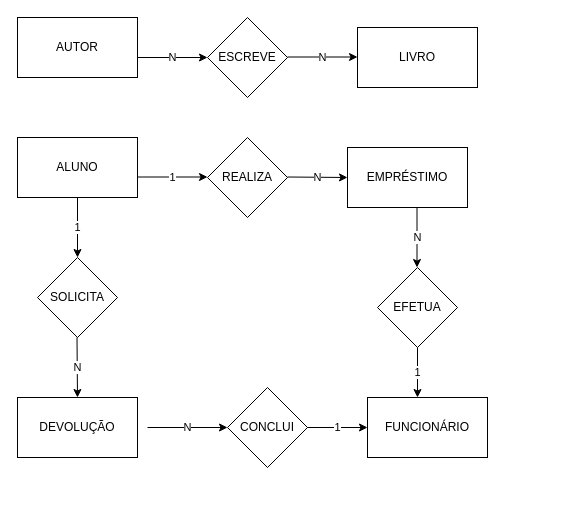
NataliPF/Banco-Dados-Senac keeps this draw.io diagram as aulas/02/biblioteca-conceitual.drawio. Above is the earlier version. Source tidied: cells renumbered, new cells numbered last; positions are measured from the earlier drawing's top-left corner, leaving out a move shared by most shapes. Both pictures are drawn from the tidied source at 100%, with x=0, y=0 at pixel (17, 17).
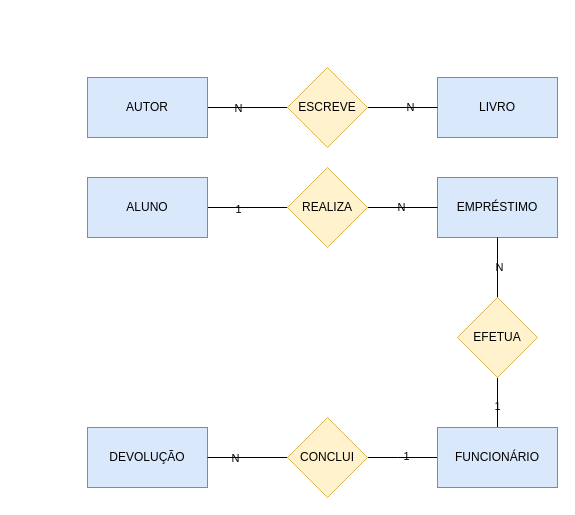
The same diagram, later.

Commit message (it also covers changes not shown here):
Conclusão da aula 02, ajustes em diagrama

What changed in the source:
```diff
@@
+    <mxCell id="23" style="edgeStyle=orthogonalEdgeStyle;rounded=0;jettySize=auto;html=1;entryX=0;entryY=0.5;entryDx=0;entryDy=0;endArrow=none;endFill=0;labelBackgroundColor=none;labelBorderColor=none;" parent="1" edge="1" source="2" target="8">
+      <mxGeometry relative="1" as="geometry" />
+    </mxCell>
+    <mxCell id="24" value="N" style="edgeLabel;html=1;align=center;verticalAlign=middle;labelBackgroundColor=none;labelBorderColor=none;" parent="23" vertex="1">
+      <mxGeometry x="-0.24" relative="1" as="geometry" />
+    </mxCell>
-    <mxCell id="2" value="AUTOR" style="rounded=0;whiteSpace=wrap;html=1;" parent="1" vertex="1">
-      <mxGeometry width="120" height="60" as="geometry" />
+    <mxCell id="2" value="AUTOR" style="rounded=0;whiteSpace=wrap;html=1;fillColor=#dae8fc;strokeColor=#6c8ebf;labelBackgroundColor=none;labelBorderColor=none;fontColor=#000000;" parent="1" vertex="1">
+      <mxGeometry x="70" y="60" width="120" height="60" as="geometry" />
     </mxCell>
-    <mxCell id="3" value="LIVRO" style="rounded=0;whiteSpace=wrap;html=1;" parent="1" vertex="1">
-      <mxGeometry x="340" y="10" width="120" height="60" as="geometry" />
+    <mxCell id="3" value="LIVRO" style="rounded=0;whiteSpace=wrap;html=1;fillColor=#dae8fc;strokeColor=#6c8ebf;labelBackgroundColor=none;labelBorderColor=none;fontColor=#000000;" parent="1" vertex="1">
+      <mxGeometry x="420" y="60" width="120" height="60" as="geometry" />
     </mxCell>
+    <mxCell id="25" style="edgeStyle=orthogonalEdgeStyle;rounded=0;jettySize=auto;html=1;entryX=0;entryY=0.5;entryDx=0;entryDy=0;endArrow=none;endFill=0;labelBackgroundColor=none;labelBorderColor=none;" parent="1" edge="1" source="4" target="9">
+      <mxGeometry relative="1" as="geometry" />
+    </mxCell>
+    <mxCell id="26" value="1" style="edgeLabel;html=1;align=center;verticalAlign=middle;labelBackgroundColor=none;labelBorderColor=none;" parent="25" vertex="1">
+      <mxGeometry x="-0.24" y="-1" relative="1" as="geometry" />
+    </mxCell>
-    <mxCell id="4" value="ALUNO" style="rounded=0;whiteSpace=wrap;html=1;" parent="1" vertex="1">
-      <mxGeometry y="120" width="120" height="60" as="geometry" />
+    <mxCell id="4" value="ALUNO" style="rounded=0;whiteSpace=wrap;html=1;fillColor=#dae8fc;strokeColor=#6c8ebf;labelBackgroundColor=none;labelBorderColor=none;fontColor=#000000;" parent="1" vertex="1">
+      <mxGeometry x="70" y="160" width="120" height="60" as="geometry" />
     </mxCell>
+    <mxCell id="27" style="edgeStyle=orthogonalEdgeStyle;rounded=0;jettySize=auto;html=1;entryX=0.5;entryY=1;entryDx=0;entryDy=0;endArrow=none;endFill=0;labelBackgroundColor=none;labelBorderColor=none;" parent="1" edge="1" source="5" target="10">
+      <mxGeometry relative="1" as="geometry" />
+    </mxCell>
+    <mxCell id="28" value="1" style="edgeLabel;html=1;align=center;verticalAlign=middle;labelBackgroundColor=none;labelBorderColor=none;" parent="27" vertex="1">
+      <mxGeometry x="-0.13" y="1" relative="1" as="geometry" />
+    </mxCell>
+    <mxCell id="29" style="edgeStyle=orthogonalEdgeStyle;rounded=0;jettySize=auto;html=1;entryX=1;entryY=0.5;entryDx=0;entryDy=0;endArrow=none;endFill=0;labelBackgroundColor=none;labelBorderColor=none;" parent="1" edge="1" source="5" target="11">
+      <mxGeometry relative="1" as="geometry">
+        <Array as="points">
+          <mxPoint x="380" y="440" />
+          <mxPoint x="380" y="440" />
+        </Array>
+      </mxGeometry>
+    </mxCell>
+    <mxCell id="30" value="1" style="edgeLabel;html=1;align=center;verticalAlign=middle;labelBackgroundColor=none;labelBorderColor=none;" parent="29" vertex="1">
+      <mxGeometry x="-0.08" y="-2" relative="1" as="geometry" />
+    </mxCell>
-    <mxCell id="5" value="FUNCIONÁRIO" style="rounded=0;whiteSpace=wrap;html=1;" parent="1" vertex="1">
-      <mxGeometry x="350" y="380" width="120" height="60" as="geometry" />
+    <mxCell id="5" value="FUNCIONÁRIO" style="rounded=0;whiteSpace=wrap;html=1;fillColor=#dae8fc;strokeColor=#6c8ebf;labelBackgroundColor=none;labelBorderColor=none;fontColor=#000000;" parent="1" vertex="1">
+      <mxGeometry x="420" y="410" width="120" height="60" as="geometry" />
     </mxCell>
+    <mxCell id="7" value="EMPRÉSTIMO" style="rounded=0;whiteSpace=wrap;html=1;fillColor=#dae8fc;strokeColor=#6c8ebf;labelBackgroundColor=none;labelBorderColor=none;fontColor=#000000;" parent="1" vertex="1">
+      <mxGeometry x="420" y="160" width="120" height="60" as="geometry" />
+    </mxCell>
-    <mxCell id="6" value="DEVOLUÇÃO" style="rounded=0;whiteSpace=wrap;html=1;" parent="1" vertex="1">
-      <mxGeometry y="380" width="120" height="60" as="geometry" />
+    <mxCell id="6" value="DEVOLUÇÃO" style="rounded=0;whiteSpace=wrap;html=1;fillColor=#dae8fc;strokeColor=#6c8ebf;labelBackgroundColor=none;labelBorderColor=none;fontColor=#000000;" parent="1" vertex="1">
+      <mxGeometry x="70" y="410" width="120" height="60" as="geometry" />
     </mxCell>
-    <mxCell id="7" value="EMPRÉSTIMO" style="rounded=0;whiteSpace=wrap;html=1;" parent="1" vertex="1">
-      <mxGeometry x="330" y="130" width="120" height="60" as="geometry" />
-    </mxCell>
+    <mxCell id="31" style="edgeStyle=orthogonalEdgeStyle;rounded=0;jettySize=auto;html=1;endArrow=none;endFill=0;labelBackgroundColor=none;labelBorderColor=none;" parent="1" edge="1" source="8" target="3">
+      <mxGeometry relative="1" as="geometry" />
+    </mxCell>
+    <mxCell id="32" value="N" style="edgeLabel;html=1;align=center;verticalAlign=middle;labelBackgroundColor=none;labelBorderColor=none;" parent="31" vertex="1">
+      <mxGeometry x="0.19" y="1" relative="1" as="geometry" />
+    </mxCell>
-    <mxCell id="8" value="ESCREVE" style="rhombus;whiteSpace=wrap;html=1;" parent="1" vertex="1">
-      <mxGeometry x="190" width="80" height="80" as="geometry" />
+    <mxCell id="8" value="ESCREVE" style="rhombus;whiteSpace=wrap;html=1;fillColor=#fff2cc;strokeColor=#d6b656;labelBackgroundColor=none;labelBorderColor=none;fontColor=#000000;" parent="1" vertex="1">
+      <mxGeometry x="270" y="50" width="80" height="80" as="geometry" />
     </mxCell>
+    <mxCell id="33" style="edgeStyle=orthogonalEdgeStyle;rounded=0;jettySize=auto;html=1;entryX=0;entryY=0.5;entryDx=0;entryDy=0;endArrow=none;endFill=0;labelBackgroundColor=none;labelBorderColor=none;" parent="1" edge="1" source="9" target="7">
+      <mxGeometry relative="1" as="geometry" />
+    </mxCell>
+    <mxCell id="34" value="N" style="edgeLabel;html=1;align=center;verticalAlign=middle;labelBackgroundColor=none;labelBorderColor=none;" parent="33" vertex="1">
+      <mxGeometry x="-0.07" y="1" relative="1" as="geometry" />
+    </mxCell>
-    <mxCell id="9" value="REALIZA" style="rhombus;whiteSpace=wrap;html=1;" parent="1" vertex="1">
-      <mxGeometry x="190" y="120" width="80" height="80" as="geometry" />
+    <mxCell id="9" value="REALIZA" style="rhombus;whiteSpace=wrap;html=1;fillColor=#fff2cc;strokeColor=#d6b656;labelBackgroundColor=none;labelBorderColor=none;fontColor=#000000;" parent="1" vertex="1">
+      <mxGeometry x="270" y="150" width="80" height="80" as="geometry" />
     </mxCell>
+    <mxCell id="35" style="edgeStyle=orthogonalEdgeStyle;rounded=0;jettySize=auto;html=1;entryX=0.5;entryY=1;entryDx=0;entryDy=0;endArrow=none;endFill=0;labelBackgroundColor=none;labelBorderColor=none;" parent="1" edge="1" source="10" target="7">
+      <mxGeometry relative="1" as="geometry" />
+    </mxCell>
+    <mxCell id="36" value="N" style="edgeLabel;html=1;align=center;verticalAlign=middle;labelBackgroundColor=none;labelBorderColor=none;" parent="35" vertex="1">
+      <mxGeometry x="0.04" y="-1" relative="1" as="geometry" />
+    </mxCell>
-    <mxCell id="10" value="EFETUA" style="rhombus;whiteSpace=wrap;html=1;" parent="1" vertex="1">
-      <mxGeometry x="360" y="250" width="80" height="80" as="geometry" />
+    <mxCell id="10" value="EFETUA" style="rhombus;whiteSpace=wrap;html=1;fillColor=#fff2cc;strokeColor=#d6b656;labelBackgroundColor=none;labelBorderColor=none;fontColor=#000000;" parent="1" vertex="1">
+      <mxGeometry x="440" y="280" width="80" height="80" as="geometry" />
     </mxCell>
+    <mxCell id="37" style="edgeStyle=orthogonalEdgeStyle;rounded=0;jettySize=auto;html=1;entryX=1;entryY=0.5;entryDx=0;entryDy=0;endArrow=none;endFill=0;labelBackgroundColor=none;labelBorderColor=none;" parent="1" edge="1" source="11" target="6">
+      <mxGeometry relative="1" as="geometry" />
+    </mxCell>
+    <mxCell id="38" value="N" style="edgeLabel;html=1;align=center;verticalAlign=middle;labelBackgroundColor=none;labelBorderColor=none;" parent="37" vertex="1">
+      <mxGeometry x="0.33" relative="1" as="geometry" />
+    </mxCell>
-    <mxCell id="11" value="CONCLUI" style="rhombus;whiteSpace=wrap;html=1;" parent="1" vertex="1">
-      <mxGeometry x="210" y="370" width="80" height="80" as="geometry" />
+    <mxCell id="11" value="CONCLUI" style="rhombus;whiteSpace=wrap;html=1;fillColor=#fff2cc;strokeColor=#d6b656;labelBackgroundColor=none;labelBorderColor=none;fontColor=#000000;" parent="1" vertex="1">
+      <mxGeometry x="270" y="400" width="80" height="80" as="geometry" />
     </mxCell>
-    <mxCell id="12" value="N" style="endArrow=classic;html=1;entryX=0;entryY=0.5;entryDx=0;entryDy=0;" parent="1" edge="1" target="8">
-      <mxGeometry relative="1" as="geometry">
-        <mxPoint x="120" y="40" as="sourcePoint" />
-      </mxGeometry>
-    </mxCell>
-    <mxCell id="13" value="1" style="endArrow=classic;html=1;entryX=0;entryY=0.5;entryDx=0;entryDy=0;" parent="1" edge="1">
-      <mxGeometry relative="1" as="geometry">
-        <mxPoint x="120" y="159.5" as="sourcePoint" />
-        <mxPoint x="190" y="159.5" as="targetPoint" />
-      </mxGeometry>
-    </mxCell>
-    <mxCell id="14" value="N" style="endArrow=classic;html=1;" parent="1" edge="1">
-      <mxGeometry relative="1" as="geometry">
-        <mxPoint x="270" y="159.5" as="sourcePoint" />
-        <mxPoint x="330" y="160" as="targetPoint" />
-      </mxGeometry>
-    </mxCell>
-    <mxCell id="15" value="SOLICITA" style="rhombus;whiteSpace=wrap;html=1;" parent="1" vertex="1">
-      <mxGeometry x="20" y="240" width="80" height="80" as="geometry" />
-    </mxCell>
-    <mxCell id="16" value="1" style="endArrow=classic;html=1;exitX=0.5;exitY=1;exitDx=0;exitDy=0;entryX=0.5;entryY=0;entryDx=0;entryDy=0;" parent="1" edge="1" source="4" target="15">
-      <mxGeometry relative="1" as="geometry" />
-    </mxCell>
-    <mxCell id="17" value="N" style="endArrow=classic;html=1;exitX=0.5;exitY=1;exitDx=0;exitDy=0;entryX=0.5;entryY=0;entryDx=0;entryDy=0;" parent="1" edge="1">
-      <mxGeometry relative="1" as="geometry">
-        <mxPoint x="399.5" y="190" as="sourcePoint" />
-        <mxPoint x="399.5" y="250" as="targetPoint" />
-      </mxGeometry>
-    </mxCell>
-    <mxCell id="18" value="N" style="endArrow=classic;html=1;exitX=0.5;exitY=1;exitDx=0;exitDy=0;entryX=0.5;entryY=0;entryDx=0;entryDy=0;" parent="1" edge="1" target="6">
-      <mxGeometry relative="1" as="geometry">
-        <mxPoint x="59.5" y="320" as="sourcePoint" />
-      </mxGeometry>
-    </mxCell>
-    <mxCell id="19" value="N" style="endArrow=classic;html=1;entryX=0;entryY=0.5;entryDx=0;entryDy=0;" parent="1" edge="1">
-      <mxGeometry relative="1" as="geometry">
-        <mxPoint x="270" y="39.5" as="sourcePoint" />
-        <mxPoint x="340" y="39.5" as="targetPoint" />
-      </mxGeometry>
-    </mxCell>
-    <mxCell id="20" value="1" style="endArrow=classic;html=1;exitX=0.5;exitY=1;exitDx=0;exitDy=0;" parent="1" edge="1" source="10">
-      <mxGeometry relative="1" as="geometry">
-        <mxPoint x="400" y="380" as="targetPoint" />
-      </mxGeometry>
-    </mxCell>
-    <mxCell id="21" value="N" style="endArrow=classic;html=1;entryX=0;entryY=0.5;entryDx=0;entryDy=0;" parent="1" edge="1" target="11">
-      <mxGeometry relative="1" as="geometry">
-        <mxPoint x="130" y="410" as="sourcePoint" />
-      </mxGeometry>
-    </mxCell>
-    <mxCell id="22" value="1" style="endArrow=classic;html=1;exitX=1;exitY=0.5;exitDx=0;exitDy=0;" parent="1" edge="1" source="11">
-      <mxGeometry relative="1" as="geometry">
-        <mxPoint x="350" y="410" as="targetPoint" />
-      </mxGeometry>
-    </mxCell>
```
